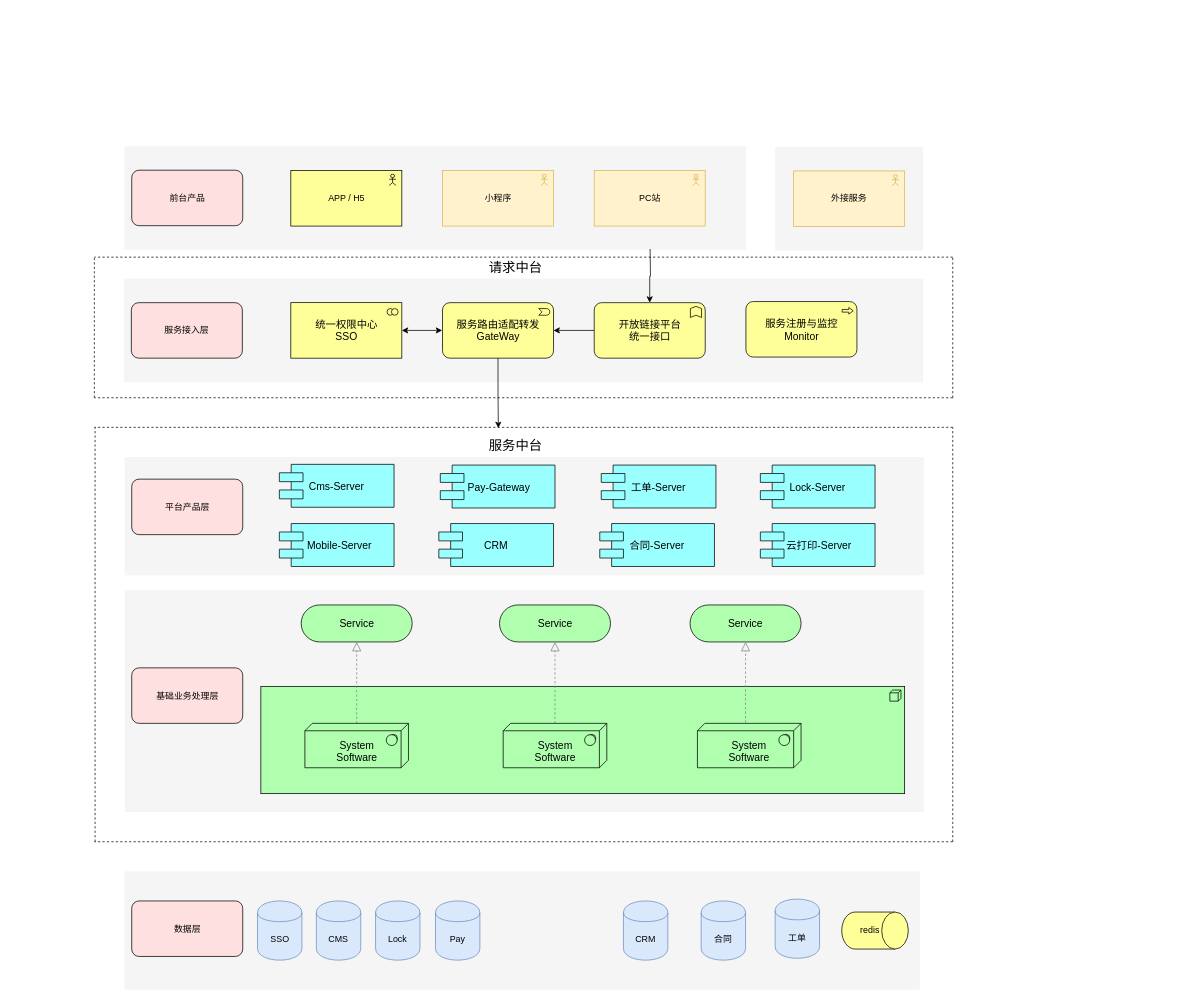
Earlier version of the draw.io diagram doc/多租户系统架构图.drawio (kewei8976/sso). Source tidied: cells renumbered, new cells numbered last; positions are measured from the earlier drawing's top-left corner, leaving out a move shared by most shapes. Both pictures are drawn from the tidied source at 74%, with x=0, y=0 at pixel (13, 13).
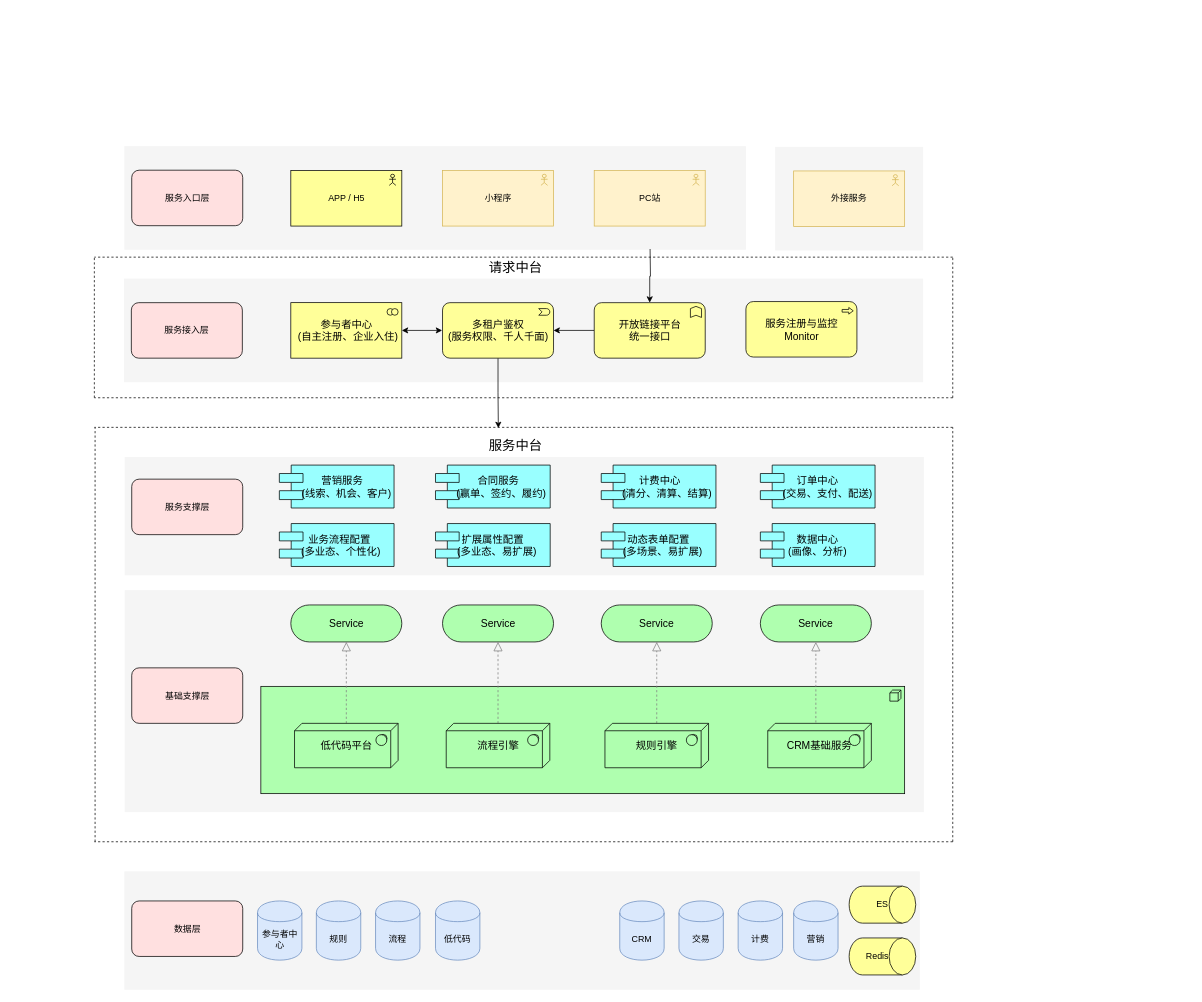
The same diagram, later.

Commit message:
Update 多租户系统架构图.drawio

Diff of the diagram source:
```diff
@@
-    <mxCell id="7" value="&lt;div&gt;&lt;br&gt;&lt;/div&gt;System&lt;div&gt;Software&lt;/div&gt;" style="html=1;whiteSpace=wrap;fillColor=#AFFFAF;shape=mxgraph.archimate3.tech;techType=sysSw;fontSize=14;" parent="1" vertex="1">
-      <mxGeometry x="394.5" y="960" width="140" height="60" as="geometry" />
+    <mxCell id="7" value="低代码平台" style="html=1;whiteSpace=wrap;fillColor=#AFFFAF;shape=mxgraph.archimate3.tech;techType=sysSw;fontSize=14;" parent="1" vertex="1">
+      <mxGeometry x="380.5" y="960" width="140" height="60" as="geometry" />
     </mxCell>
@@
-    <mxCell id="9" value="&lt;div&gt;&lt;br&gt;&lt;/div&gt;&lt;div&gt;&lt;span&gt;System&lt;/span&gt;&lt;div&gt;Software&lt;/div&gt;&lt;/div&gt;" style="html=1;whiteSpace=wrap;fillColor=#AFFFAF;shape=mxgraph.archimate3.tech;techType=sysSw;fontSize=14;" parent="1" vertex="1">
-      <mxGeometry x="662.5" y="960" width="140" height="60" as="geometry" />
+    <mxCell id="9" value="&lt;div&gt;&lt;br&gt;&lt;/div&gt;&lt;div&gt;流程引擎&lt;br&gt;&lt;div&gt;&lt;br&gt;&lt;/div&gt;&lt;/div&gt;" style="html=1;whiteSpace=wrap;fillColor=#AFFFAF;shape=mxgraph.archimate3.tech;techType=sysSw;fontSize=14;" parent="1" vertex="1">
+      <mxGeometry x="585.5" y="960" width="140" height="60" as="geometry" />
     </mxCell>
     <mxCell id="10" value="Service" style="html=1;whiteSpace=wrap;fillColor=#AFFFAF;shape=mxgraph.archimate3.service;fontSize=14;" parent="1" vertex="1">
-      <mxGeometry x="389.5" y="800" width="150" height="50" as="geometry" />
+      <mxGeometry x="375.5" y="800" width="150" height="50" as="geometry" />
     </mxCell>
     <mxCell id="11" value="Service" style="html=1;whiteSpace=wrap;fillColor=#AFFFAF;shape=mxgraph.archimate3.service;fontSize=14;" parent="1" vertex="1">
-      <mxGeometry x="657.5" y="800" width="150" height="50" as="geometry" />
+      <mxGeometry x="580.5" y="800" width="150" height="50" as="geometry" />
     </mxCell>
-    <mxCell id="12" value="Cms-Server" style="shape=component;align=center;fillColor=#99ffff;gradientColor=none;fontSize=14;" parent="1" vertex="1">
-      <mxGeometry x="360" y="610" width="155" height="58" as="geometry" />
+    <mxCell id="12" value="动态表单配置&#10;   (多场景、易扩展)" style="shape=component;align=center;fillColor=#99ffff;gradientColor=none;fontSize=14;" parent="1" vertex="1">
+      <mxGeometry x="795" y="690" width="155" height="58" as="geometry" />
     </mxCell>
@@
-    <mxCell id="15" value="统一权限中心&lt;br&gt;SSO" style="html=1;whiteSpace=wrap;fillColor=#ffff99;shape=mxgraph.archimate3.application;appType=collab;archiType=square;fontSize=14;" parent="1" vertex="1">
+    <mxCell id="15" value="参与者中心&lt;br&gt;&amp;nbsp;(自主注册、企业入住)" style="html=1;whiteSpace=wrap;fillColor=#ffff99;shape=mxgraph.archimate3.application;appType=collab;archiType=square;fontSize=14;" parent="1" vertex="1">
       <mxGeometry x="375.5" y="391.5" width="150" height="75" as="geometry" />
     </mxCell>
@@
-    <mxCell id="17" value="服务路由适配转发&lt;br&gt;GateWay" style="html=1;whiteSpace=wrap;fillColor=#ffff99;shape=mxgraph.archimate3.application;appType=event;archiType=rounded;fontSize=14;" parent="1" vertex="1">
+    <mxCell id="17" value="多租户鉴权&lt;br&gt;(服务权限、千人千面)" style="html=1;whiteSpace=wrap;fillColor=#ffff99;shape=mxgraph.archimate3.application;appType=event;archiType=rounded;fontSize=14;" parent="1" vertex="1">
       <mxGeometry x="580.5" y="391.5" width="150" height="75" as="geometry" />
     </mxCell>
@@
-    <mxCell id="21" value="前台产品" style="html=1;whiteSpace=wrap;fillColor=#FFE0E0;shape=mxgraph.archimate3.application;archiType=rounded;" parent="1" vertex="1">
+    <mxCell id="21" value="服务入口层" style="html=1;whiteSpace=wrap;fillColor=#FFE0E0;shape=mxgraph.archimate3.application;archiType=rounded;" parent="1" vertex="1">
       <mxGeometry x="160.5" y="212.5" width="150" height="75" as="geometry" />
     </mxCell>
@@
-    <mxCell id="23" value="平台产品层" style="html=1;whiteSpace=wrap;fillColor=#FFE0E0;shape=mxgraph.archimate3.application;archiType=rounded;" parent="1" vertex="1">
+    <mxCell id="23" value="服务支撑层" style="html=1;whiteSpace=wrap;fillColor=#FFE0E0;shape=mxgraph.archimate3.application;archiType=rounded;" parent="1" vertex="1">
       <mxGeometry x="160.5" y="630" width="150" height="75" as="geometry" />
     </mxCell>
-    <mxCell id="24" value="基础业务处理层" style="html=1;whiteSpace=wrap;fillColor=#FFE0E0;shape=mxgraph.archimate3.application;archiType=rounded;" parent="1" vertex="1">
+    <mxCell id="24" value="基础支撑层" style="html=1;whiteSpace=wrap;fillColor=#FFE0E0;shape=mxgraph.archimate3.application;archiType=rounded;" parent="1" vertex="1">
       <mxGeometry x="160.5" y="885" width="150" height="75" as="geometry" />
     </mxCell>
@@
-    <mxCell id="38" value="CMS" style="shape=cylinder;whiteSpace=wrap;html=1;boundedLbl=1;backgroundOutline=1;fillColor=#dae8fc;strokeColor=#6c8ebf;" parent="1" vertex="1">
+    <mxCell id="38" value="规则" style="shape=cylinder;whiteSpace=wrap;html=1;boundedLbl=1;backgroundOutline=1;fillColor=#dae8fc;strokeColor=#6c8ebf;" parent="1" vertex="1">
       <mxGeometry x="410" y="1200" width="60" height="80" as="geometry" />
     </mxCell>
     <mxCell id="39" value="CRM" style="shape=cylinder;whiteSpace=wrap;html=1;boundedLbl=1;backgroundOutline=1;fillColor=#dae8fc;strokeColor=#6c8ebf;" parent="1" vertex="1">
-      <mxGeometry x="825" y="1200" width="60" height="80" as="geometry" />
+      <mxGeometry x="820" y="1200" width="60" height="80" as="geometry" />
     </mxCell>
-    <mxCell id="40" value="合同" style="shape=cylinder;whiteSpace=wrap;html=1;boundedLbl=1;backgroundOutline=1;fillColor=#dae8fc;strokeColor=#6c8ebf;" parent="1" vertex="1">
-      <mxGeometry x="930" y="1200" width="60" height="80" as="geometry" />
+    <mxCell id="40" value="交易" style="shape=cylinder;whiteSpace=wrap;html=1;boundedLbl=1;backgroundOutline=1;fillColor=#dae8fc;strokeColor=#6c8ebf;" parent="1" vertex="1">
+      <mxGeometry x="900" y="1200" width="60" height="80" as="geometry" />
     </mxCell>
-    <mxCell id="41" value="工单" style="shape=cylinder;whiteSpace=wrap;html=1;boundedLbl=1;backgroundOutline=1;fillColor=#dae8fc;strokeColor=#6c8ebf;" parent="1" vertex="1">
-      <mxGeometry x="1030" y="1197.5" width="60" height="80" as="geometry" />
+    <mxCell id="41" value="计费" style="shape=cylinder;whiteSpace=wrap;html=1;boundedLbl=1;backgroundOutline=1;fillColor=#dae8fc;strokeColor=#6c8ebf;" parent="1" vertex="1">
+      <mxGeometry x="980" y="1200" width="60" height="80" as="geometry" />
     </mxCell>
-    <mxCell id="42" value="Lock" style="shape=cylinder;whiteSpace=wrap;html=1;boundedLbl=1;backgroundOutline=1;fillColor=#dae8fc;strokeColor=#6c8ebf;" parent="1" vertex="1">
+    <mxCell id="42" value="流程" style="shape=cylinder;whiteSpace=wrap;html=1;boundedLbl=1;backgroundOutline=1;fillColor=#dae8fc;strokeColor=#6c8ebf;" parent="1" vertex="1">
       <mxGeometry x="490" y="1200" width="60" height="80" as="geometry" />
     </mxCell>
-    <mxCell id="43" value="SSO" style="shape=cylinder;whiteSpace=wrap;html=1;boundedLbl=1;backgroundOutline=1;fillColor=#dae8fc;strokeColor=#6c8ebf;" parent="1" vertex="1">
+    <mxCell id="43" value="参与者中心" style="shape=cylinder;whiteSpace=wrap;html=1;boundedLbl=1;backgroundOutline=1;fillColor=#dae8fc;strokeColor=#6c8ebf;" parent="1" vertex="1">
       <mxGeometry x="330.5" y="1200" width="60" height="80" as="geometry" />
     </mxCell>
-    <mxCell id="44" value="Pay" style="shape=cylinder;whiteSpace=wrap;html=1;boundedLbl=1;backgroundOutline=1;fillColor=#dae8fc;strokeColor=#6c8ebf;" parent="1" vertex="1">
+    <mxCell id="44" value="低代码" style="shape=cylinder;whiteSpace=wrap;html=1;boundedLbl=1;backgroundOutline=1;fillColor=#dae8fc;strokeColor=#6c8ebf;" parent="1" vertex="1">
       <mxGeometry x="571" y="1200" width="60" height="80" as="geometry" />
     </mxCell>
-    <mxCell id="45" value="  Mobile-Server" style="shape=component;align=center;fillColor=#99ffff;gradientColor=none;fontSize=14;" parent="1" vertex="1">
+    <mxCell id="45" value="  业务流程配置&#10;   (多业态、个性化)" style="shape=component;align=center;fillColor=#99ffff;gradientColor=none;fontSize=14;" parent="1" vertex="1">
       <mxGeometry x="360" y="690" width="155" height="58" as="geometry" />
     </mxCell>
-    <mxCell id="46" value="&lt;div&gt;&lt;br&gt;&lt;/div&gt;&lt;div&gt;&lt;span&gt;System&lt;/span&gt;&lt;div&gt;Software&lt;/div&gt;&lt;/div&gt;" style="html=1;whiteSpace=wrap;fillColor=#AFFFAF;shape=mxgraph.archimate3.tech;techType=sysSw;fontSize=14;" parent="1" vertex="1">
-      <mxGeometry x="925" y="960" width="140" height="60" as="geometry" />
+    <mxCell id="46" value="CRM基础服务" style="html=1;whiteSpace=wrap;fillColor=#AFFFAF;shape=mxgraph.archimate3.tech;techType=sysSw;fontSize=14;" parent="1" vertex="1">
+      <mxGeometry x="1020" y="960" width="140" height="60" as="geometry" />
     </mxCell>
     <mxCell id="47" value="Service" style="html=1;whiteSpace=wrap;fillColor=#AFFFAF;shape=mxgraph.archimate3.service;fontSize=14;" parent="1" vertex="1">
-      <mxGeometry x="915" y="800" width="150" height="50" as="geometry" />
+      <mxGeometry x="1010" y="800" width="150" height="50" as="geometry" />
     </mxCell>
     <mxCell id="48" style="edgeStyle=elbowEdgeStyle;rounded=1;elbow=vertical;html=1;startSize=10;endArrow=block;endFill=0;endSize=10;jettySize=auto;orthogonalLoop=1;strokeColor=#808080;fontSize=14;dashed=1;" parent="1" edge="1">
       <mxGeometry relative="1" as="geometry">
-        <mxPoint x="990" y="959" as="sourcePoint" />
-        <mxPoint x="990" y="850" as="targetPoint" />
+        <mxPoint x="1085" y="959" as="sourcePoint" />
+        <mxPoint x="1085" y="850" as="targetPoint" />
       </mxGeometry>
     </mxCell>
-    <mxCell id="49" value="redis&amp;nbsp; &amp;nbsp;&amp;nbsp;" style="html=1;whiteSpace=wrap;fillColor=#ffff99;shape=mxgraph.archimate3.role;" parent="1" vertex="1">
-      <mxGeometry x="1120" y="1215" width="90" height="50" as="geometry" />
+    <mxCell id="49" value="Redis&amp;nbsp; &amp;nbsp;&amp;nbsp;" style="html=1;whiteSpace=wrap;fillColor=#ffff99;shape=mxgraph.archimate3.role;" parent="1" vertex="1">
+      <mxGeometry x="1130" y="1250" width="90" height="50" as="geometry" />
     </mxCell>
-    <mxCell id="50" value=" Pay-Gateway" style="shape=component;align=center;fillColor=#99ffff;gradientColor=none;fontSize=14;" parent="1" vertex="1">
-      <mxGeometry x="577.5" y="611" width="155" height="58" as="geometry" />
+    <mxCell id="50" value="扩展属性配置&#10;   (多业态、易扩展)" style="shape=component;align=center;fillColor=#99ffff;gradientColor=none;fontSize=14;" parent="1" vertex="1">
+      <mxGeometry x="571" y="690" width="155" height="58" as="geometry" />
     </mxCell>
-    <mxCell id="51" value="CRM" style="shape=component;align=center;fillColor=#99ffff;gradientColor=none;fontSize=14;" parent="1" vertex="1">
-      <mxGeometry x="575.5" y="690" width="155" height="58" as="geometry" />
+    <mxCell id="51" value="    营销服务&#10;       (线索、机会、客户)" style="shape=component;align=center;fillColor=#99ffff;gradientColor=none;fontSize=14;" parent="1" vertex="1">
+      <mxGeometry x="360" y="611" width="155" height="58" as="geometry" />
     </mxCell>
-    <mxCell id="52" value="工单-Server" style="shape=component;align=center;fillColor=#99ffff;gradientColor=none;fontSize=14;" parent="1" vertex="1">
+    <mxCell id="52" value=" 计费中心&#10;      (清分、清算、结算)" style="shape=component;align=center;fillColor=#99ffff;gradientColor=none;fontSize=14;" parent="1" vertex="1">
       <mxGeometry x="795" y="611" width="155" height="58" as="geometry" />
     </mxCell>
-    <mxCell id="53" value="合同-Server" style="shape=component;align=center;fillColor=#99ffff;gradientColor=none;fontSize=14;" parent="1" vertex="1">
-      <mxGeometry x="793" y="690" width="155" height="58" as="geometry" />
+    <mxCell id="53" value="    合同服务&#10;      (赢单、签约、履约)" style="shape=component;align=center;fillColor=#99ffff;gradientColor=none;fontSize=14;" parent="1" vertex="1">
+      <mxGeometry x="571" y="611" width="155" height="58" as="geometry" />
     </mxCell>
-    <mxCell id="54" value="Lock-Server" style="shape=component;align=center;fillColor=#99ffff;gradientColor=none;fontSize=14;" parent="1" vertex="1">
+    <mxCell id="54" value="订单中心&#10;       (交易、支付、配送)" style="shape=component;align=center;fillColor=#99ffff;gradientColor=none;fontSize=14;" parent="1" vertex="1">
       <mxGeometry x="1010" y="611" width="155" height="58" as="geometry" />
     </mxCell>
-    <mxCell id="55" value=" 云打印-Server" style="shape=component;align=center;fillColor=#99ffff;gradientColor=none;fontSize=14;" parent="1" vertex="1">
+    <mxCell id="55" value="数据中心&#10;(画像、分析)" style="shape=component;align=center;fillColor=#99ffff;gradientColor=none;fontSize=14;" parent="1" vertex="1">
       <mxGeometry x="1010" y="690" width="155" height="58" as="geometry" />
     </mxCell>
@@
+    <mxCell id="62" style="edgeStyle=elbowEdgeStyle;rounded=1;elbow=vertical;html=1;startSize=10;endArrow=block;endFill=0;endSize=10;jettySize=auto;strokeColor=#808080;fontSize=14;dashed=1;" parent="1" edge="1" source="63" target="64">
+      <mxGeometry relative="1" as="geometry" />
+    </mxCell>
+    <mxCell id="63" value="&lt;div&gt;&lt;br&gt;&lt;/div&gt;&lt;div&gt;规则引擎&lt;br&gt;&lt;div&gt;&lt;br&gt;&lt;/div&gt;&lt;/div&gt;" style="html=1;whiteSpace=wrap;fillColor=#AFFFAF;shape=mxgraph.archimate3.tech;techType=sysSw;fontSize=14;" parent="1" vertex="1">
+      <mxGeometry x="800" y="960" width="140" height="60" as="geometry" />
+    </mxCell>
+    <mxCell id="64" value="Service" style="html=1;whiteSpace=wrap;fillColor=#AFFFAF;shape=mxgraph.archimate3.service;fontSize=14;" parent="1" vertex="1">
+      <mxGeometry x="795" y="800" width="150" height="50" as="geometry" />
+    </mxCell>
+    <mxCell id="65" value="营销" style="shape=cylinder;whiteSpace=wrap;html=1;boundedLbl=1;backgroundOutline=1;fillColor=#dae8fc;strokeColor=#6c8ebf;" parent="1" vertex="1">
+      <mxGeometry x="1055" y="1200" width="60" height="80" as="geometry" />
+    </mxCell>
+    <mxCell id="66" value="ES" style="html=1;whiteSpace=wrap;fillColor=#ffff99;shape=mxgraph.archimate3.role;" parent="1" vertex="1">
+      <mxGeometry x="1130" y="1180" width="90" height="50" as="geometry" />
+    </mxCell>
```
